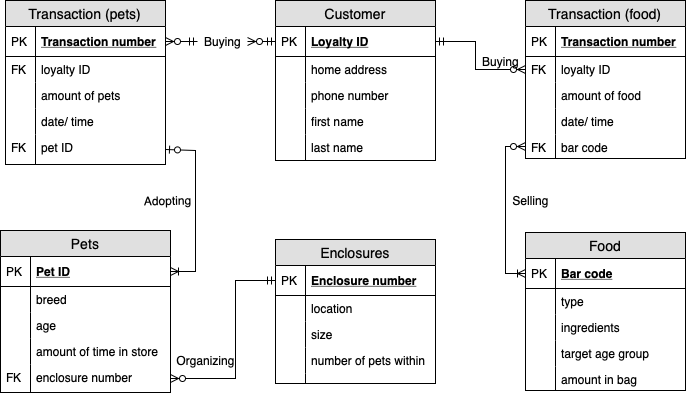
Before: PetShop.png, a diagram exported from draw.io (hek5118/IST-210). Source tidied: cells renumbered, new cells last; positions are measured from the earlier drawing's top-left corner, leaving out a move shared by most shapes.
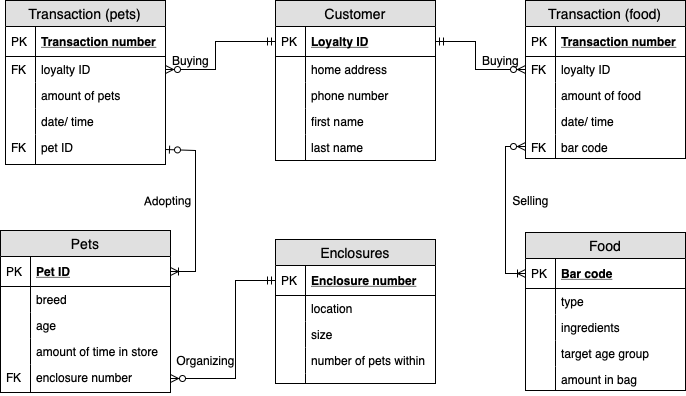
The same file after the commit.

What changed in the source:
```diff
@@ -167,9 +167,6 @@
     <mxCell id="56" value="FK" style="shape=partialRectangle;top=0;left=0;bottom=0;fillColor=none;align=left;verticalAlign=top;spacingLeft=4;spacingRight=4;overflow=hidden;fontSize=12;" parent="55" vertex="1">
       <mxGeometry width="30" height="28" as="geometry" />
     </mxCell>
-    <mxCell id="57" style="endArrow=ERzeroToMany;html=1;entryX=1;entryY=0.5;entryDx=0;entryDy=0;endFill=1;startArrow=ERmandOne;startFill=0;rounded=0;exitX=0;exitY=0.5;exitDx=0;exitDy=0;" parent="1" edge="1" source="73" target="14">
-      <mxGeometry relative="1" as="geometry" />
-    </mxCell>
     <mxCell id="58" style="endArrow=ERzeroToMany;html=1;exitX=1;exitY=0.5;exitDx=0;exitDy=0;entryX=0;entryY=0.5;entryDx=0;entryDy=0;endFill=1;startArrow=ERmandOne;startFill=0;rounded=0;" parent="1" edge="1" source="3" target="63">
       <mxGeometry relative="1" as="geometry">
         <Array as="points">
@@ -236,14 +233,8 @@
         </Array>
       </mxGeometry>
     </mxCell>
-    <mxCell id="73" value="Buying" style="text;html=1;align=center;verticalAlign=middle;points=[];" parent="1" vertex="1">
-      <mxGeometry x="197" y="31" width="50" height="20" as="geometry" />
-    </mxCell>
-    <mxCell id="74" style="endArrow=ERzeroToMany;html=1;entryX=1;entryY=0.5;entryDx=0;entryDy=0;endFill=1;startArrow=ERmandOne;startFill=0;rounded=0;exitX=0;exitY=0.5;exitDx=0;exitDy=0;" parent="1" edge="1" source="3" target="73">
-      <mxGeometry relative="1" as="geometry" />
-    </mxCell>
     <mxCell id="75" value="Buying" style="text;html=1;align=center;verticalAlign=middle;" parent="1" vertex="1">
-      <mxGeometry x="475" y="51" width="50" height="20" as="geometry" />
+      <mxGeometry x="475" y="50" width="50" height="20" as="geometry" />
     </mxCell>
     <mxCell id="76" value="Adopting" style="text;html=1;align=center;verticalAlign=middle;rotation=-1;" parent="1" vertex="1">
       <mxGeometry x="137" y="190" width="60" height="20" as="geometry" />
@@ -254,5 +245,16 @@
     <mxCell id="78" value="Selling" style="text;html=1;align=center;verticalAlign=middle;" parent="1" vertex="1">
       <mxGeometry x="505" y="190" width="50" height="20" as="geometry" />
     </mxCell>
+    <mxCell id="79" style="endArrow=ERmandOne;html=1;exitX=1;exitY=0.5;exitDx=0;exitDy=0;entryX=0;entryY=0.5;entryDx=0;entryDy=0;endFill=0;startArrow=ERzeroToMany;startFill=1;strokeColor=#000000;rounded=0;" parent="1" edge="1" source="16" target="3">
+      <mxGeometry relative="1" as="geometry">
+        <Array as="points">
+          <mxPoint x="215" y="69" />
+          <mxPoint x="215" y="41" />
+        </Array>
+      </mxGeometry>
+    </mxCell>
+    <mxCell id="73" value="Buying" style="text;html=1;align=center;verticalAlign=middle;points=[];" parent="1" vertex="1">
+      <mxGeometry x="165" y="50" width="50" height="20" as="geometry" />
+    </mxCell>
   </root>
 </mxGraphModel>
```
